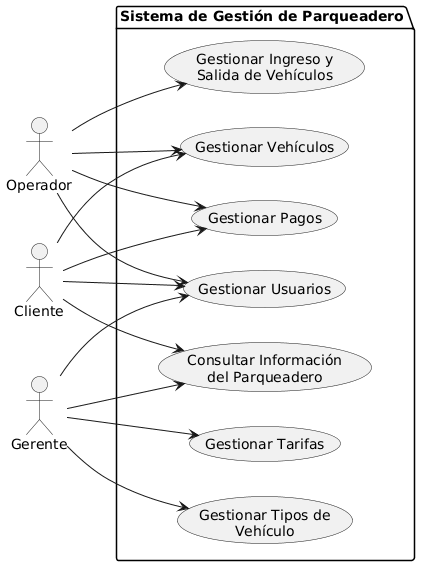
xdark-nessx20/demo_parq_temp keeps this PlantUML diagram as docs/domain/UC0-diagram.png. Above is the earlier version.
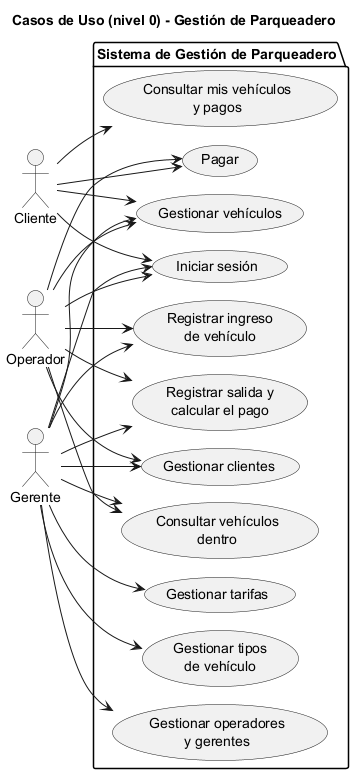
After the commit.

The edit, as a diff of the source:
```diff
@@ -1,4 +1,6 @@
 @startuml
+!pragma layout smetana
+title Casos de Uso (nivel 0) - Gestión de Parqueadero
 left to right direction
 
 actor "Cliente" as c
@@ -7,28 +9,41 @@
 
 package "Sistema de Gestión de Parqueadero" {
 
-  usecase "Gestionar Ingreso y\nSalida de Vehículos" as UC1
-  usecase "Gestionar Pagos" as UC2
-  usecase "Gestionar Vehículos" as UC3
-  usecase "Gestionar Tarifas" as UC4
-  usecase "Gestionar Tipos de\nVehículo" as UC5
-  usecase "Gestionar Usuarios" as UC6
-  usecase "Consultar Información\ndel Parqueadero" as UC7
+  usecase "Iniciar sesión" as UC0
+  usecase "Registrar ingreso\nde vehículo" as UC1
+  usecase "Registrar salida y\ncalcular el pago" as UC2
+  usecase "Pagar" as UC3
+  usecase "Consultar vehículos\ndentro" as UC4
+  usecase "Gestionar vehículos" as UC5
+  usecase "Gestionar clientes" as UC6
+  usecase "Gestionar tarifas" as UC7
+  usecase "Gestionar tipos\nde vehículo" as UC8
+  usecase "Gestionar operadores\ny gerentes" as UC9
+  usecase "Consultar mis vehículos\ny pagos" as UC10
 
 }
 
-c --> UC2
+c --> UC0
 c --> UC3
-c --> UC6
-c --> UC7
+c --> UC5
+c --> UC10
 
+o --> UC0
 o --> UC1
 o --> UC2
 o --> UC3
+o --> UC4
+o --> UC5
 o --> UC6
 
+g --> UC0
+g --> UC1
+g --> UC2
 g --> UC4
 g --> UC5
+g --> UC6
 g --> UC7
-g --> UC6
+g --> UC8
+g --> UC9
+
 @enduml
```
